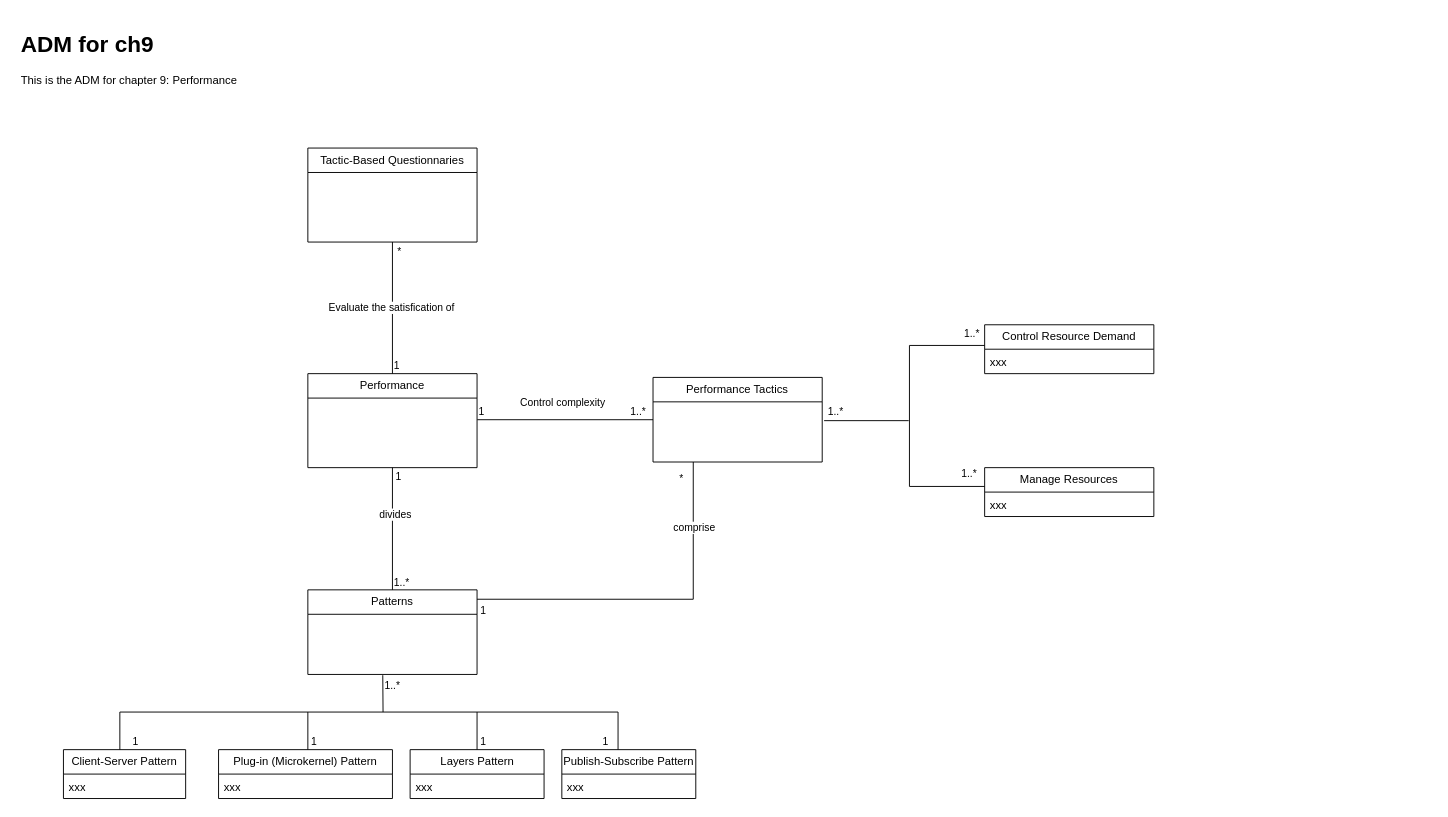
Before: Documentation/DomainModel/ch4.drawio in dhruwanga19/4471_Group14_ProjectDocumentation, a draw.io diagram. Source tidied: cells renumbered, new cells numbered last; positions are measured from the earlier drawing's top-left corner, leaving out a move shared by most shapes. Both pictures are drawn from the tidied source at 94%, with x=0, y=0 at pixel (16, 25).
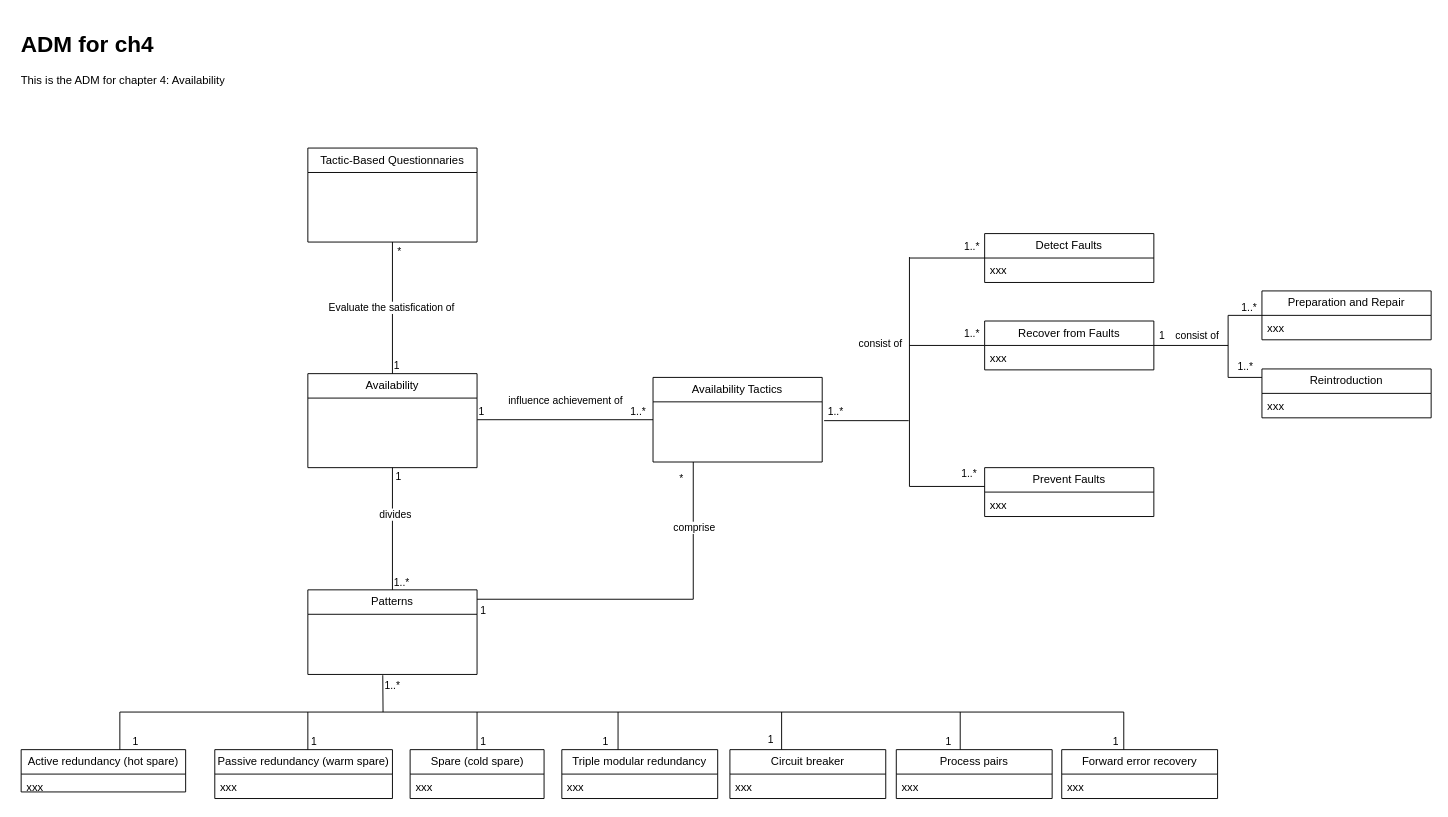
After the change.

Change to the diagram source:
```diff
@@
-    <mxCell id="2" value="&lt;h1&gt;ADM for ch9&lt;/h1&gt;&lt;p&gt;This is the ADM for chapter 9: Performance&lt;/p&gt;" style="text;html=1;strokeColor=none;fillColor=none;spacing=5;spacingTop=-20;whiteSpace=wrap;overflow=hidden;rounded=0;" parent="1" vertex="1">
+    <mxCell id="2" value="&lt;h1&gt;ADM for ch4&lt;/h1&gt;&lt;p&gt;This is the ADM for chapter 4: Availability&lt;/p&gt;" style="text;html=1;strokeColor=none;fillColor=none;spacing=5;spacingTop=-20;whiteSpace=wrap;overflow=hidden;rounded=0;" parent="1" vertex="1">
       <mxGeometry width="247" height="120" as="geometry" />
     </mxCell>
-    <mxCell id="3" value="Performance" style="swimlane;fontStyle=0;horizontal=1;startSize=26;fillColor=none;whiteSpace=wrap;html=1;" parent="1" vertex="1">
+    <mxCell id="3" value="Availability" style="swimlane;fontStyle=0;horizontal=1;startSize=26;fillColor=none;whiteSpace=wrap;html=1;" parent="1" vertex="1">
       <mxGeometry x="310" y="370" width="180" height="100" as="geometry" />
     </mxCell>
@@
-    <mxCell id="14" value="Performance Tactics" style="swimlane;fontStyle=0;horizontal=1;startSize=26;fillColor=none;whiteSpace=wrap;html=1;" parent="1" vertex="1">
+    <mxCell id="14" value="Availability Tactics" style="swimlane;fontStyle=0;horizontal=1;startSize=26;fillColor=none;whiteSpace=wrap;html=1;" parent="1" vertex="1">
       <mxGeometry x="677.2" y="374" width="180" height="90" as="geometry" />
     </mxCell>
@@
-    <mxCell id="18" value="Control complexity" style="edgeLabel;html=1;align=center;verticalAlign=middle;" parent="1" vertex="1">
-      <mxGeometry x="580.2" y="400" as="geometry" />
-    </mxCell>
@@
     <mxCell id="20" style="endArrow=none;html=1;rounded=0;" parent="1" edge="1">
       <mxGeometry relative="1" as="geometry">
         <mxPoint x="950" y="490" as="sourcePoint" />
-        <mxPoint x="950" y="340" as="targetPoint" />
+        <mxPoint x="950" y="246" as="targetPoint" />
       </mxGeometry>
     </mxCell>
@@
-    <mxCell id="22" value="Control Resource Demand" style="swimlane;fontStyle=0;horizontal=1;startSize=26;fillColor=none;whiteSpace=wrap;html=1;" parent="1" vertex="1">
-      <mxGeometry x="1030" y="318" width="180" height="52" as="geometry" />
+    <mxCell id="22" value="Recover from Faults" style="swimlane;fontStyle=0;horizontal=1;startSize=26;fillColor=none;whiteSpace=wrap;html=1;" parent="1" vertex="1">
+      <mxGeometry x="1030" y="314" width="180" height="52" as="geometry" />
     </mxCell>
@@
-    <mxCell id="25" value="Manage Resources" style="swimlane;fontStyle=0;horizontal=1;startSize=26;fillColor=none;whiteSpace=wrap;html=1;" parent="1" vertex="1">
+    <mxCell id="25" value="Prevent Faults" style="swimlane;fontStyle=0;horizontal=1;startSize=26;fillColor=none;whiteSpace=wrap;html=1;" parent="1" vertex="1">
       <mxGeometry x="1030" y="470" width="180" height="52" as="geometry" />
     </mxCell>
@@
     <mxCell id="34" style="endArrow=none;html=1;rounded=0;" parent="1" edge="1">
       <mxGeometry relative="1" as="geometry">
         <mxPoint x="110" y="730" as="sourcePoint" />
-        <mxPoint x="640" y="730" as="targetPoint" />
+        <mxPoint x="1178" y="730" as="targetPoint" />
       </mxGeometry>
     </mxCell>
@@
-    <mxCell id="40" value="Client-Server Pattern" style="swimlane;fontStyle=0;horizontal=1;startSize=26;fillColor=none;whiteSpace=wrap;html=1;" parent="1" vertex="1">
-      <mxGeometry x="50" y="770" width="130" height="52" as="geometry" />
+    <mxCell id="40" value="Active redundancy (hot spare)" style="swimlane;fontStyle=0;horizontal=1;startSize=26;fillColor=none;whiteSpace=wrap;html=1;" parent="1" vertex="1">
+      <mxGeometry x="5" y="770" width="175" height="45" as="geometry" />
     </mxCell>
     <mxCell id="41" value="xxx" style="text;strokeColor=none;fillColor=none;align=left;verticalAlign=top;spacingLeft=4;spacingRight=4;overflow=hidden;whiteSpace=wrap;html=1;" parent="40" vertex="1">
-      <mxGeometry y="26" width="130" height="26" as="geometry" />
+      <mxGeometry y="26" width="175" height="19" as="geometry" />
     </mxCell>
-    <mxCell id="42" value="Plug-in (Microkernel) Pattern" style="swimlane;fontStyle=0;horizontal=1;startSize=26;fillColor=none;whiteSpace=wrap;html=1;" parent="1" vertex="1">
-      <mxGeometry x="215" y="770" width="185" height="52" as="geometry" />
+    <mxCell id="42" value="Passive redundancy (warm spare)" style="swimlane;fontStyle=0;horizontal=1;startSize=26;fillColor=none;whiteSpace=wrap;html=1;" parent="1" vertex="1">
+      <mxGeometry x="211" y="770" width="189" height="52" as="geometry" />
     </mxCell>
     <mxCell id="43" value="xxx" style="text;strokeColor=none;fillColor=none;align=left;verticalAlign=top;spacingLeft=4;spacingRight=4;overflow=hidden;whiteSpace=wrap;html=1;" parent="42" vertex="1">
-      <mxGeometry y="26" width="185" height="26" as="geometry" />
+      <mxGeometry y="26" width="189" height="26" as="geometry" />
     </mxCell>
@@
-    <mxCell id="46" value="Layers Pattern" style="swimlane;fontStyle=0;horizontal=1;startSize=26;fillColor=none;whiteSpace=wrap;html=1;" parent="1" vertex="1">
+    <mxCell id="46" value="Spare (cold spare)" style="swimlane;fontStyle=0;horizontal=1;startSize=26;fillColor=none;whiteSpace=wrap;html=1;" parent="1" vertex="1">
       <mxGeometry x="418.8" y="770" width="142.5" height="52" as="geometry" />
     </mxCell>
@@
-    <mxCell id="48" value="Publish-Subscribe Pattern" style="swimlane;fontStyle=0;horizontal=1;startSize=26;fillColor=none;whiteSpace=wrap;html=1;" parent="1" vertex="1">
-      <mxGeometry x="580.2" y="770" width="142.5" height="52" as="geometry" />
+    <mxCell id="48" value="Triple modular redundancy" style="swimlane;fontStyle=0;horizontal=1;startSize=26;fillColor=none;whiteSpace=wrap;html=1;" parent="1" vertex="1">
+      <mxGeometry x="580.2" y="770" width="165.8" height="52" as="geometry" />
     </mxCell>
     <mxCell id="49" value="xxx" style="text;strokeColor=none;fillColor=none;align=left;verticalAlign=top;spacingLeft=4;spacingRight=4;overflow=hidden;whiteSpace=wrap;html=1;" parent="48" vertex="1">
-      <mxGeometry y="26" width="142.5" height="26" as="geometry" />
+      <mxGeometry y="26" width="165.8" height="26" as="geometry" />
     </mxCell>
@@
+    <mxCell id="54" value="influence achievement of" style="edgeLabel;html=1;align=center;verticalAlign=middle;" parent="1" vertex="1">
+      <mxGeometry x="614" y="340" as="geometry">
+        <mxPoint x="-31" y="58" as="offset" />
+      </mxGeometry>
+    </mxCell>
+    <mxCell id="55" style="endArrow=none;html=1;rounded=0;" parent="1" edge="1">
+      <mxGeometry relative="1" as="geometry">
+        <mxPoint x="950" y="247" as="sourcePoint" />
+        <mxPoint x="1030" y="247" as="targetPoint" />
+      </mxGeometry>
+    </mxCell>
+    <mxCell id="56" value="Detect Faults" style="swimlane;fontStyle=0;horizontal=1;startSize=26;fillColor=none;whiteSpace=wrap;html=1;" parent="1" vertex="1">
+      <mxGeometry x="1030" y="221" width="180" height="52" as="geometry" />
+    </mxCell>
+    <mxCell id="57" value="xxx" style="text;strokeColor=none;fillColor=none;align=left;verticalAlign=top;spacingLeft=4;spacingRight=4;overflow=hidden;whiteSpace=wrap;html=1;" parent="56" vertex="1">
+      <mxGeometry y="26" width="180" height="26" as="geometry" />
+    </mxCell>
+    <mxCell id="58" value="1..*" style="edgeLabel;html=1;align=right;verticalAlign=bottom;" parent="1" vertex="1">
+      <mxGeometry x="1025" y="243" as="geometry" />
+    </mxCell>
+    <mxCell id="59" style="endArrow=none;html=1;rounded=0;exitX=1;exitY=0.5;exitDx=0;exitDy=0;" parent="1" edge="1" source="22">
+      <mxGeometry relative="1" as="geometry">
+        <mxPoint x="1289" y="340" as="targetPoint" />
+      </mxGeometry>
+    </mxCell>
+    <mxCell id="60" style="endArrow=none;html=1;rounded=0;" parent="1" edge="1">
+      <mxGeometry relative="1" as="geometry">
+        <mxPoint x="1289" y="374" as="sourcePoint" />
+        <mxPoint x="1289" y="308" as="targetPoint" />
+      </mxGeometry>
+    </mxCell>
+    <mxCell id="61" style="endArrow=none;html=1;rounded=0;" parent="1" edge="1">
+      <mxGeometry relative="1" as="geometry">
+        <mxPoint x="1289" y="374" as="sourcePoint" />
+        <mxPoint x="1325" y="374" as="targetPoint" />
+      </mxGeometry>
+    </mxCell>
+    <mxCell id="62" style="endArrow=none;html=1;rounded=0;" parent="1" edge="1">
+      <mxGeometry relative="1" as="geometry">
+        <mxPoint x="1289" y="308" as="sourcePoint" />
+        <mxPoint x="1325" y="308" as="targetPoint" />
+      </mxGeometry>
+    </mxCell>
+    <mxCell id="63" value="1" style="edgeLabel;html=1;align=left;verticalAlign=bottom;" parent="1" vertex="1">
+      <mxGeometry x="847" y="314" as="geometry">
+        <mxPoint x="367" y="24" as="offset" />
+      </mxGeometry>
+    </mxCell>
+    <mxCell id="64" value="Preparation and Repair" style="swimlane;fontStyle=0;horizontal=1;startSize=26;fillColor=none;whiteSpace=wrap;html=1;" parent="1" vertex="1">
+      <mxGeometry x="1325" y="282" width="180" height="52" as="geometry" />
+    </mxCell>
+    <mxCell id="65" value="xxx" style="text;strokeColor=none;fillColor=none;align=left;verticalAlign=top;spacingLeft=4;spacingRight=4;overflow=hidden;whiteSpace=wrap;html=1;" parent="64" vertex="1">
+      <mxGeometry y="26" width="180" height="26" as="geometry" />
+    </mxCell>
+    <mxCell id="66" value="Reintroduction" style="swimlane;fontStyle=0;horizontal=1;startSize=26;fillColor=none;whiteSpace=wrap;html=1;" parent="1" vertex="1">
+      <mxGeometry x="1325" y="365" width="180" height="52" as="geometry" />
+    </mxCell>
+    <mxCell id="67" value="xxx" style="text;strokeColor=none;fillColor=none;align=left;verticalAlign=top;spacingLeft=4;spacingRight=4;overflow=hidden;whiteSpace=wrap;html=1;" parent="66" vertex="1">
+      <mxGeometry y="26" width="180" height="26" as="geometry" />
+    </mxCell>
+    <mxCell id="68" value="1..*" style="edgeLabel;html=1;align=right;verticalAlign=bottom;" parent="1" vertex="1">
+      <mxGeometry x="1320" y="308" as="geometry" />
+    </mxCell>
+    <mxCell id="69" value="1..*" style="edgeLabel;html=1;align=right;verticalAlign=bottom;" parent="1" vertex="1">
+      <mxGeometry x="1316" y="371" as="geometry" />
+    </mxCell>
+    <mxCell id="70" style="endArrow=none;html=1;rounded=0;" parent="1" edge="1">
+      <mxGeometry relative="1" as="geometry">
+        <mxPoint x="814" y="770" as="sourcePoint" />
+        <mxPoint x="814" y="730" as="targetPoint" />
+      </mxGeometry>
+    </mxCell>
+    <mxCell id="71" value="Circuit breaker" style="swimlane;fontStyle=0;horizontal=1;startSize=26;fillColor=none;whiteSpace=wrap;html=1;" parent="1" vertex="1">
+      <mxGeometry x="759" y="770" width="165.8" height="52" as="geometry" />
+    </mxCell>
+    <mxCell id="72" value="xxx" style="text;strokeColor=none;fillColor=none;align=left;verticalAlign=top;spacingLeft=4;spacingRight=4;overflow=hidden;whiteSpace=wrap;html=1;" parent="71" vertex="1">
+      <mxGeometry y="26" width="165.8" height="26" as="geometry" />
+    </mxCell>
+    <mxCell id="73" value="1" style="edgeLabel;html=1;align=right;verticalAlign=bottom;" parent="1" vertex="1">
+      <mxGeometry x="806" y="767" as="geometry" />
+    </mxCell>
+    <mxCell id="74" style="endArrow=none;html=1;rounded=0;" parent="1" edge="1">
+      <mxGeometry relative="1" as="geometry">
+        <mxPoint x="1004" y="770" as="sourcePoint" />
+        <mxPoint x="1004" y="730" as="targetPoint" />
+      </mxGeometry>
+    </mxCell>
+    <mxCell id="75" value="1" style="edgeLabel;html=1;align=right;verticalAlign=bottom;" parent="1" vertex="1">
+      <mxGeometry x="995" y="770" as="geometry" />
+    </mxCell>
+    <mxCell id="76" value="Process pairs" style="swimlane;fontStyle=0;horizontal=1;startSize=26;fillColor=none;whiteSpace=wrap;html=1;" parent="1" vertex="1">
+      <mxGeometry x="936" y="770" width="165.8" height="52" as="geometry" />
+    </mxCell>
+    <mxCell id="77" value="xxx" style="text;strokeColor=none;fillColor=none;align=left;verticalAlign=top;spacingLeft=4;spacingRight=4;overflow=hidden;whiteSpace=wrap;html=1;" parent="76" vertex="1">
+      <mxGeometry y="26" width="165.8" height="26" as="geometry" />
+    </mxCell>
+    <mxCell id="78" style="endArrow=none;html=1;rounded=0;" parent="1" edge="1">
+      <mxGeometry relative="1" as="geometry">
+        <mxPoint x="1178" y="770" as="sourcePoint" />
+        <mxPoint x="1178" y="730" as="targetPoint" />
+      </mxGeometry>
+    </mxCell>
+    <mxCell id="79" value="Forward error recovery" style="swimlane;fontStyle=0;horizontal=1;startSize=26;fillColor=none;whiteSpace=wrap;html=1;" parent="1" vertex="1">
+      <mxGeometry x="1112" y="770" width="165.8" height="52" as="geometry" />
+    </mxCell>
+    <mxCell id="80" value="xxx" style="text;strokeColor=none;fillColor=none;align=left;verticalAlign=top;spacingLeft=4;spacingRight=4;overflow=hidden;whiteSpace=wrap;html=1;" parent="79" vertex="1">
+      <mxGeometry y="26" width="165.8" height="26" as="geometry" />
+    </mxCell>
+    <mxCell id="81" value="1" style="edgeLabel;html=1;align=right;verticalAlign=bottom;" parent="1" vertex="1">
+      <mxGeometry x="1173" y="770" as="geometry" />
+    </mxCell>
+    <mxCell id="82" value="consist of" style="edgeLabel;html=1;align=center;verticalAlign=middle;" parent="1" vertex="1">
+      <mxGeometry x="949" y="279" as="geometry">
+        <mxPoint x="-31" y="58" as="offset" />
+      </mxGeometry>
+    </mxCell>
+    <mxCell id="83" value="consist of" style="edgeLabel;html=1;align=center;verticalAlign=middle;" parent="1" vertex="1">
+      <mxGeometry x="1286" y="271" as="geometry">
+        <mxPoint x="-31" y="58" as="offset" />
+      </mxGeometry>
+    </mxCell>
```
